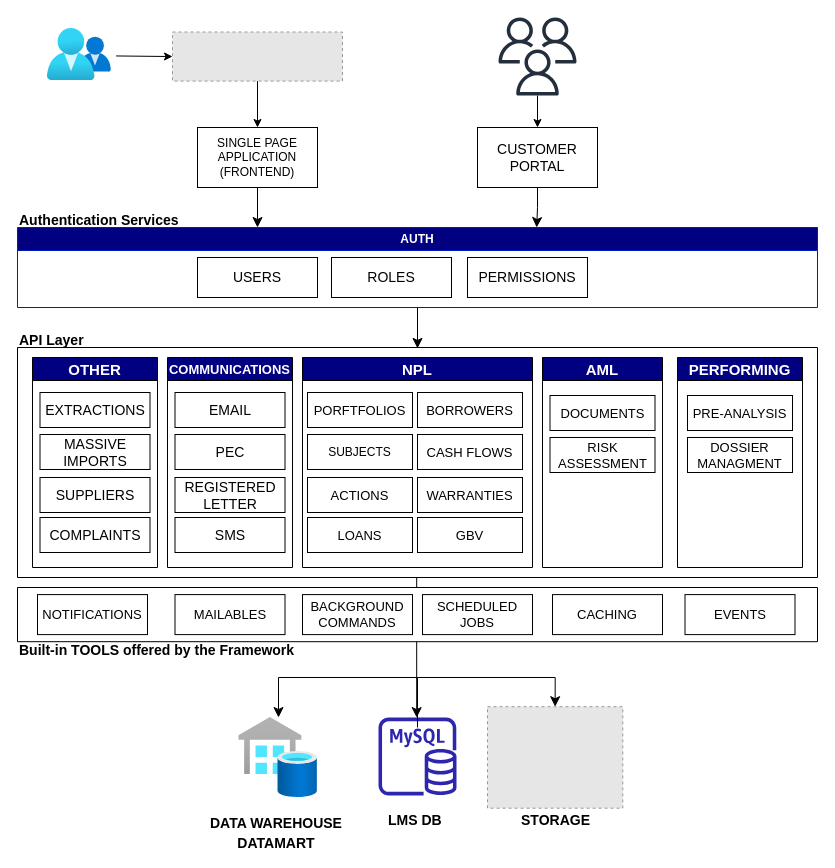
avitiello-bvi106/draw.io keeps this draw.io diagram as Diagramma senza titolo.drawio. Above is the earlier version. Source tidied: cells renumbered, new cells numbered last; positions are measured from the earlier drawing's top-left corner, leaving out a move shared by most shapes. Both pictures are drawn from the tidied source at 100%, with x=0, y=0 at pixel (17, 17). Pictures stored in the file or linked from it are replaced by grey dashed boxes.
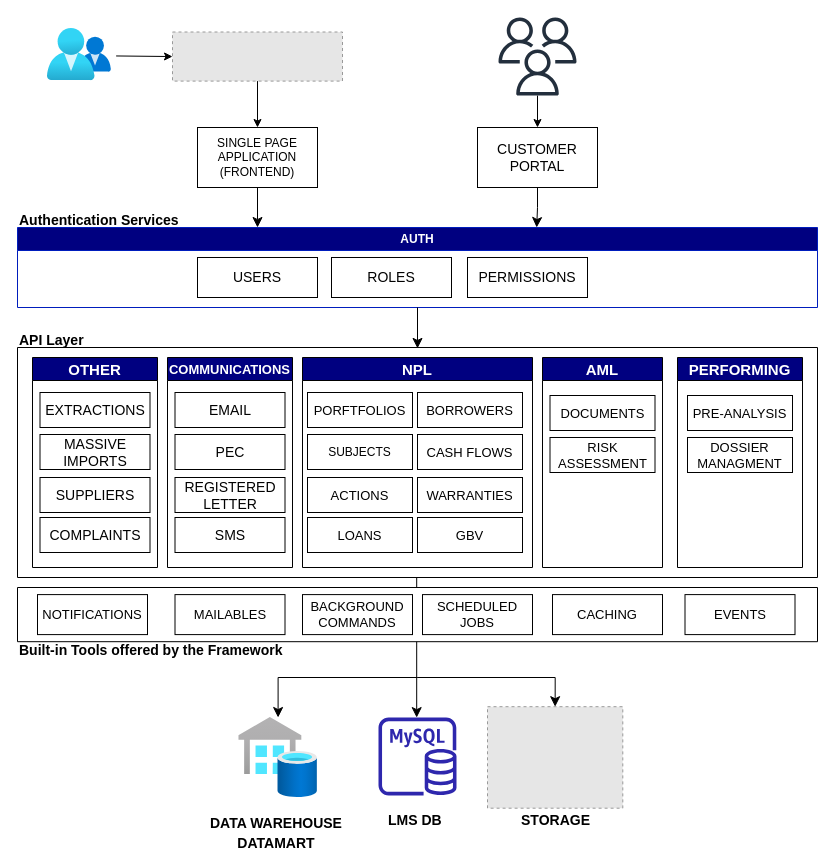
After the change.

Unchanged cells that the change refers to:
```xml
<mxCell id="41" style="html=1;points=[];align=center;image;fontSize=12;image=img/lib/azure2/databases/SQL_Data_Warehouses.svg;strokeColor=#ffffff;fontColor=#FFF;fillColor=#000080;" parent="1" vertex="1">
  <mxGeometry x="221.2" y="700" width="78.8" height="80" as="geometry" />
</mxCell>
```

Diff of the diagram source:
```diff
@@
-    <mxCell id="51" value="&lt;font style=&quot;font-size: 14px;&quot;&gt;Built-in TOOLS offered by the Framework&lt;/font&gt;" style="text;strokeColor=none;fillColor=none;html=1;fontSize=24;fontStyle=1;verticalAlign=middle;align=left;" parent="1" vertex="1">
+    <mxCell id="51" value="&lt;font style=&quot;font-size: 14px;&quot;&gt;Built-in Tools offered by the Framework&lt;/font&gt;" style="text;strokeColor=none;fillColor=none;html=1;fontSize=24;fontStyle=1;verticalAlign=middle;align=left;" parent="1" vertex="1">
       <mxGeometry y="610" width="290" height="40" as="geometry" />
     </mxCell>
@@
     <mxCell id="53" style="edgeStyle=segmentEdgeStyle;endArrow=classic;html=1;curved=0;rounded=0;endSize=8;startSize=8;fontSize=12;fontColor=#FFF;" parent="1" edge="1" target="41">
       <mxGeometry relative="1" as="geometry">
-        <mxPoint x="400" y="710" as="sourcePoint" />
+        <mxPoint x="330" y="660" as="sourcePoint" />
         <Array as="points">
           <mxPoint x="400" y="660" />
           <mxPoint x="261" y="660" />
         </Array>
       </mxGeometry>
     </mxCell>
```
